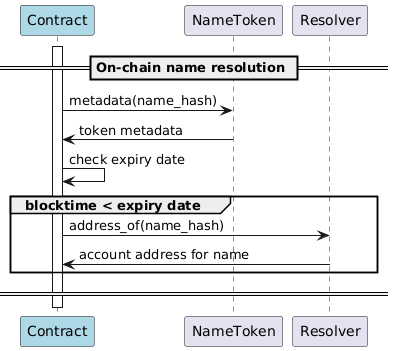
Earlier version of the PlantUML export docs/sequence-diagrams/puml/onchain-name-resolution.png (make-software/cspr-name-contracts). The source it was exported from:
```plantuml
@startuml

participant "Contract" #lightblue
participant "NameToken"
participant "Resolver"

== On-chain name resolution ==

activate "Contract"
"Contract" -> "NameToken": metadata(name_hash)
"NameToken" -> "Contract": token metadata
Contract -> Contract: check expiry date

group blocktime < expiry date
"Contract" -> Resolver: address_of(name_hash)
Resolver -> Contract: account address for name
end
== ==

deactivate Contract

@enduml
```
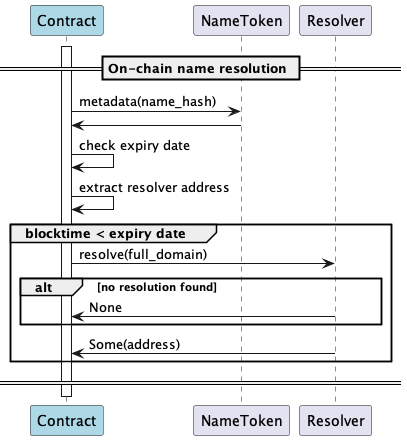
After the change.

Diff of the diagram source:
```diff
@@ -8,12 +8,16 @@
 
 activate "Contract"
 "Contract" -> "NameToken": metadata(name_hash)
-"NameToken" -> "Contract": token metadata
+"NameToken" -> "Contract"
 Contract -> Contract: check expiry date
+Contract -> Contract: extract resolver address
 
 group blocktime < expiry date
-"Contract" -> Resolver: address_of(name_hash)
-Resolver -> Contract: account address for name
+"Contract" -> Resolver: resolve(full_domain)
+alt no resolution found
+    Resolver -> Contract: None
+end
+Resolver -> Contract: Some(address)
 end
 == ==
 
```
